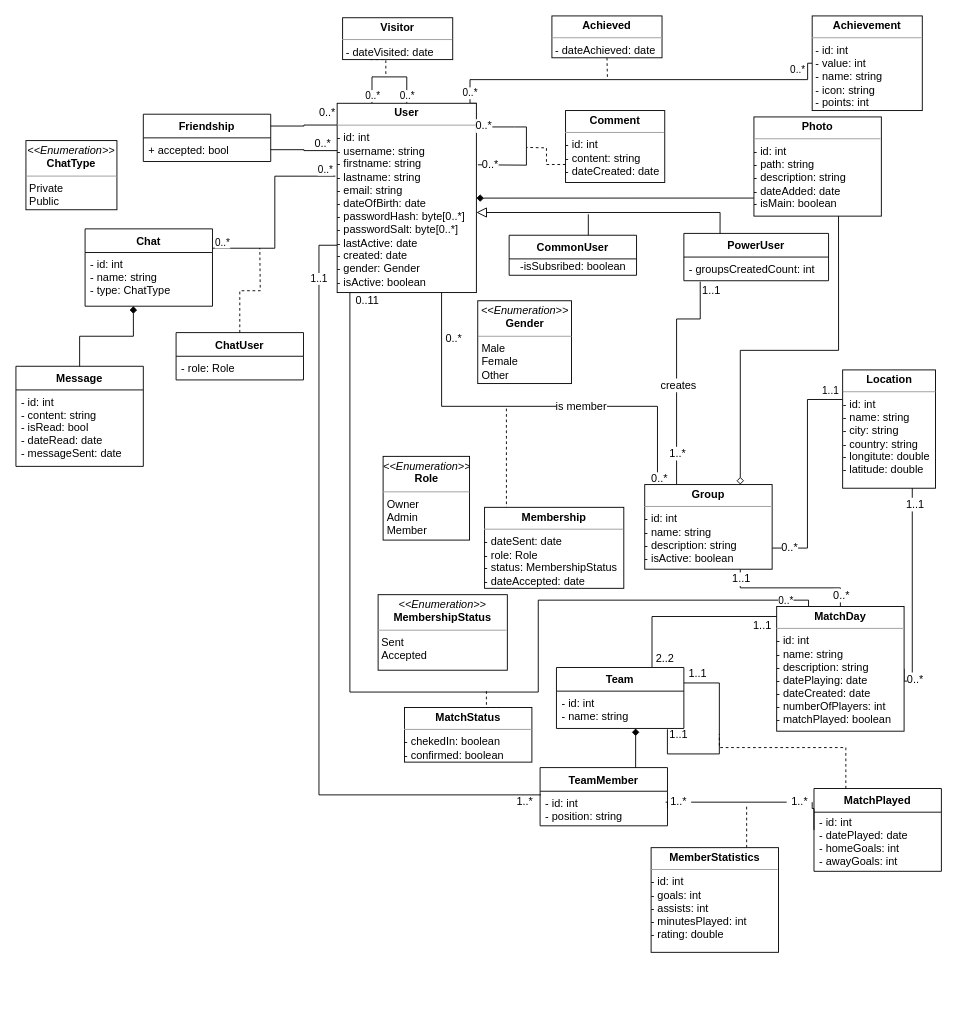
Above: FootballAppModel.drawio in milosnikic/FootballApp (draw.io), before the change. Source tidied: cells renumbered, new cells numbered last; positions are measured from the earlier drawing's top-left corner, leaving out a move shared by most shapes. Both pictures are drawn from the tidied source at 91%, with x=0, y=0 at pixel (15, 15).
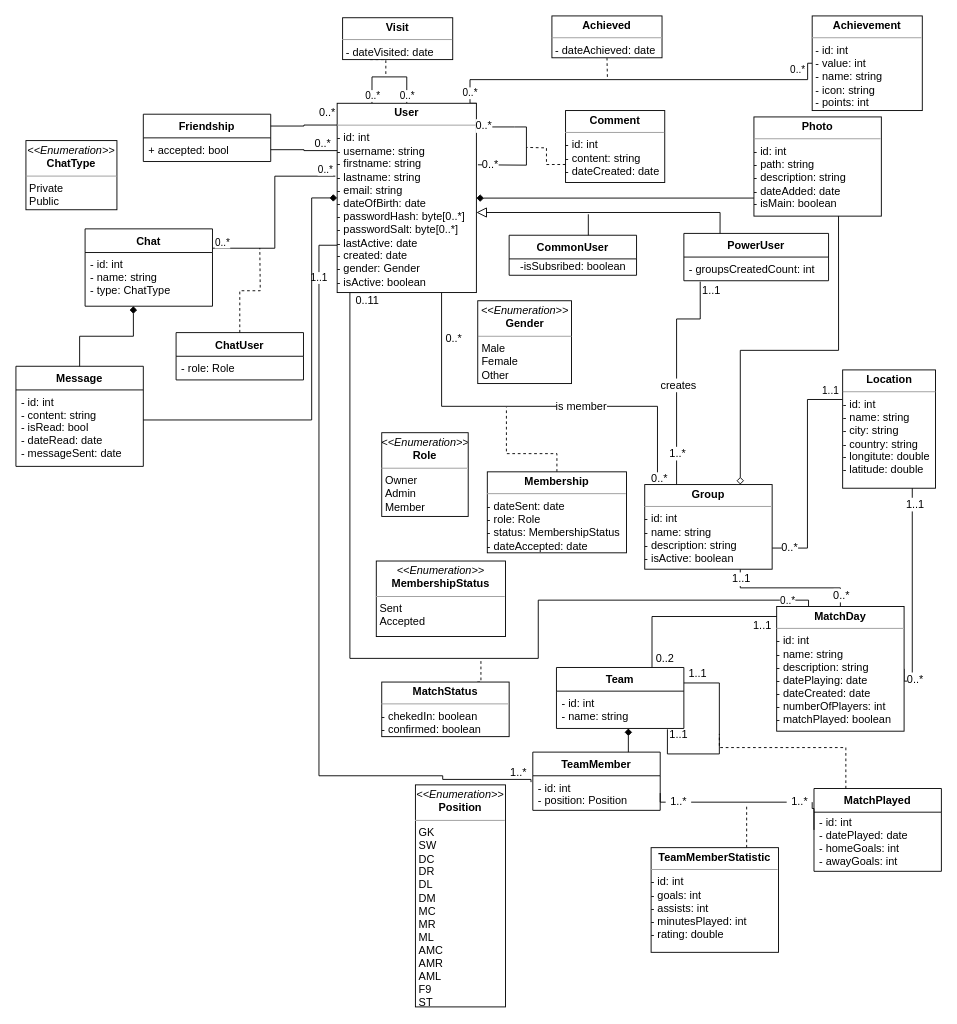
The same page after the edit.

Unchanged cells that the change refers to:
```xml
<mxCell id="21" value="&lt;p style=&quot;margin: 0px ; margin-top: 4px ; text-align: center&quot;&gt;&lt;b&gt;User&lt;/b&gt;&lt;/p&gt;&lt;hr size=&quot;1&quot;&gt;&lt;div style=&quot;height: 2px&quot;&gt;- id: int&lt;br&gt;- username: string&lt;br&gt;- firstname: string&lt;br&gt;- lastname: string&lt;br&gt;- email: string&lt;br&gt;- dateOfBirth: date&lt;br&gt;- passwordHash: byte[0..*]&lt;br&gt;- passwordSalt: byte[0..*]&lt;br&gt;- lastActive: date&lt;br&gt;- created: date&lt;br&gt;- gender: Gender&lt;br&gt;- isActive: boolean&lt;/div&gt;" style="verticalAlign=top;align=left;overflow=fill;fontSize=12;fontFamily=Helvetica;html=1;" parent="1" vertex="1">
  <mxGeometry x="353" y="96" width="153" height="208" as="geometry" />
</mxCell>
<mxCell id="42" value="&lt;p style=&quot;margin: 0px ; margin-top: 4px ; text-align: center&quot;&gt;&lt;b&gt;MatchDay&lt;/b&gt;&lt;/p&gt;&lt;hr size=&quot;1&quot;&gt;&lt;div style=&quot;height: 2px&quot;&gt;- id: int&lt;br&gt;- name: string&lt;br&gt;- description: string&lt;br&gt;- datePlaying: date&lt;br&gt;- dateCreated: date&lt;br&gt;- numberOfPlayers: int&lt;br&gt;- matchPlayed: boolean&lt;/div&gt;" style="verticalAlign=top;align=left;overflow=fill;fontSize=12;fontFamily=Helvetica;html=1;" parent="1" vertex="1">
  <mxGeometry x="836" y="649" width="140" height="137" as="geometry" />
</mxCell>
<mxCell id="95" value="- id: int&#10;- content: string&#10;- isRead: bool&#10;- dateRead: date&#10;- messageSent: date" style="text;strokeColor=none;fillColor=none;align=left;verticalAlign=top;spacingLeft=4;spacingRight=4;overflow=hidden;points=[[0,0.5],[1,0.5]];portConstraint=eastwest;" parent="94" vertex="1">
  <mxGeometry y="26" width="140" height="84" as="geometry" />
</mxCell>
```

Change to the diagram source:
```diff
@@
     <mxCell id="11" style="edgeStyle=orthogonalEdgeStyle;rounded=0;jettySize=auto;html=1;exitX=0.25;exitY=1;exitDx=0;exitDy=0;entryX=0.25;entryY=0;entryDx=0;entryDy=0;endArrow=none;endFill=0;" parent="1" edge="1" source="21" target="42">
       <mxGeometry relative="1" as="geometry">
         <Array as="points">
           <mxPoint x="367" y="304" />
-          <mxPoint x="367" y="743" />
-          <mxPoint x="574" y="743" />
+          <mxPoint x="367" y="706" />
+          <mxPoint x="574" y="706" />
           <mxPoint x="574" y="642" />
           <mxPoint x="871" y="642" />
         </Array>
       </mxGeometry>
     </mxCell>
@@
-    <mxCell id="19" style="edgeStyle=orthogonalEdgeStyle;rounded=0;jettySize=auto;html=1;exitX=0;exitY=0.75;exitDx=0;exitDy=0;entryX=0.007;entryY=0.105;entryDx=0;entryDy=0;entryPerimeter=0;endArrow=none;endFill=0;" parent="1" edge="1" source="21" target="59">
-      <mxGeometry relative="1" as="geometry" />
+    <mxCell id="19" style="edgeStyle=orthogonalEdgeStyle;rounded=0;jettySize=auto;html=1;exitX=0;exitY=0.75;exitDx=0;exitDy=0;endArrow=none;endFill=0;entryX=-0.014;entryY=0.184;entryDx=0;entryDy=0;entryPerimeter=0;" parent="1" edge="1" source="21" target="59">
+      <mxGeometry relative="1" as="geometry">
+        <Array as="points">
+          <mxPoint x="333" y="252" />
+          <mxPoint x="333" y="835" />
+          <mxPoint x="469" y="835" />
+          <mxPoint x="469" y="839" />
+          <mxPoint x="566" y="839" />
+        </Array>
+      </mxGeometry>
     </mxCell>
@@
     <mxCell id="23" style="edgeStyle=orthogonalEdgeStyle;rounded=0;jettySize=auto;html=1;exitX=0.5;exitY=0;exitDx=0;exitDy=0;startArrow=none;startFill=0;endArrow=none;endFill=0;dashed=1;" parent="1" edge="1" source="24">
       <mxGeometry relative="1" as="geometry">
         <mxPoint x="539" y="430" as="targetPoint" />
         <Array as="points">
-          <mxPoint x="539" y="620" />
-          <mxPoint x="539" y="430" />
+          <mxPoint x="595" y="481" />
+          <mxPoint x="539" y="481" />
         </Array>
       </mxGeometry>
     </mxCell>
     <mxCell id="24" value="&lt;p style=&quot;margin: 0px ; margin-top: 4px ; text-align: center&quot;&gt;&lt;b&gt;Membership&lt;/b&gt;&lt;/p&gt;&lt;hr size=&quot;1&quot;&gt;&lt;div style=&quot;height: 2px&quot;&gt;- dateSent: date&lt;br&gt;- role: Role&lt;br&gt;- status: MembershipStatus&lt;br&gt;- dateAccepted: date&lt;/div&gt;&lt;div style=&quot;height: 2px&quot;&gt;&lt;br&gt;&lt;/div&gt;" style="verticalAlign=top;align=left;overflow=fill;fontSize=12;fontFamily=Helvetica;html=1;" parent="1" vertex="1">
-      <mxGeometry x="515" y="540" width="153" height="89" as="geometry" />
+      <mxGeometry x="518" y="501" width="153" height="89" as="geometry" />
     </mxCell>
     <mxCell id="25" value="&lt;p style=&quot;margin: 0px ; margin-top: 4px ; text-align: center&quot;&gt;&lt;i&gt;&amp;lt;&amp;lt;Enumeration&amp;gt;&amp;gt;&lt;/i&gt;&lt;br&gt;&lt;b&gt;MembershipStatus&lt;/b&gt;&lt;/p&gt;&lt;hr size=&quot;1&quot;&gt;&lt;p style=&quot;margin: 0px ; margin-left: 4px&quot;&gt;Sent&lt;br&gt;Accepted&lt;/p&gt;" style="verticalAlign=top;align=left;overflow=fill;fontSize=12;fontFamily=Helvetica;html=1;" parent="1" vertex="1">
-      <mxGeometry x="398" y="636" width="142" height="83" as="geometry" />
+      <mxGeometry x="396" y="599" width="142" height="83" as="geometry" />
     </mxCell>
@@
     <mxCell id="27" value="&lt;p style=&quot;margin: 0px ; margin-top: 4px ; text-align: center&quot;&gt;&lt;i&gt;&amp;lt;&amp;lt;Enumeration&amp;gt;&amp;gt;&lt;/i&gt;&lt;br&gt;&lt;b&gt;Role&lt;/b&gt;&lt;/p&gt;&lt;hr size=&quot;1&quot;&gt;&lt;p style=&quot;margin: 0px ; margin-left: 4px&quot;&gt;Owner&lt;br&gt;Admin&lt;br&gt;Member&lt;/p&gt;" style="verticalAlign=top;align=left;overflow=fill;fontSize=12;fontFamily=Helvetica;html=1;" parent="1" vertex="1">
-      <mxGeometry x="403.5" y="484" width="95" height="92" as="geometry" />
+      <mxGeometry x="402" y="458" width="95" height="92" as="geometry" />
     </mxCell>
@@
-    <mxCell id="44" value="&lt;p style=&quot;margin: 0px ; margin-top: 4px ; text-align: center&quot;&gt;&lt;b&gt;MemberStatistics&lt;/b&gt;&lt;/p&gt;&lt;hr size=&quot;1&quot;&gt;&lt;div style=&quot;height: 2px&quot;&gt;- id: int&lt;br&gt;- goals: int&lt;br&gt;- assists: int&lt;br&gt;- minutesPlayed: int&lt;br&gt;- rating: double&lt;/div&gt;" style="verticalAlign=top;align=left;overflow=fill;fontSize=12;fontFamily=Helvetica;html=1;" parent="1" vertex="1">
+    <mxCell id="44" value="&lt;p style=&quot;margin: 0px ; margin-top: 4px ; text-align: center&quot;&gt;&lt;b&gt;TeamMemberStatistic&lt;/b&gt;&lt;/p&gt;&lt;hr size=&quot;1&quot;&gt;&lt;div style=&quot;height: 2px&quot;&gt;- id: int&lt;br&gt;- goals: int&lt;br&gt;- assists: int&lt;br&gt;- minutesPlayed: int&lt;br&gt;- rating: double&lt;/div&gt;" style="verticalAlign=top;align=left;overflow=fill;fontSize=12;fontFamily=Helvetica;html=1;" parent="1" vertex="1">
       <mxGeometry x="698" y="914" width="140" height="115" as="geometry" />
     </mxCell>
     <mxCell id="45" style="edgeStyle=orthogonalEdgeStyle;rounded=0;jettySize=auto;html=1;exitX=0.75;exitY=0;exitDx=0;exitDy=0;endArrow=none;endFill=0;dashed=1;" parent="1" edge="1" source="46">
       <mxGeometry relative="1" as="geometry">
-        <mxPoint x="517" y="742" as="targetPoint" />
+        <mxPoint x="511" y="706" as="targetPoint" />
       </mxGeometry>
     </mxCell>
     <mxCell id="46" value="&lt;p style=&quot;margin: 0px ; margin-top: 4px ; text-align: center&quot;&gt;&lt;b&gt;MatchStatus&lt;/b&gt;&lt;/p&gt;&lt;hr size=&quot;1&quot;&gt;&lt;div style=&quot;height: 2px&quot;&gt;- chekedIn: boolean&lt;br&gt;- confirmed: boolean&lt;/div&gt;" style="verticalAlign=top;align=left;overflow=fill;fontSize=12;fontFamily=Helvetica;html=1;" parent="1" vertex="1">
-      <mxGeometry x="427" y="760" width="140" height="60" as="geometry" />
+      <mxGeometry x="402" y="732" width="140" height="60" as="geometry" />
     </mxCell>
@@
     <mxCell id="53" value="1..*" style="text;html=1;align=center;verticalAlign=middle;" parent="1" vertex="1">
-      <mxGeometry x="545" y="855" width="28" height="18" as="geometry" />
+      <mxGeometry x="538" y="823" width="28" height="18" as="geometry" />
     </mxCell>
@@
-    <mxCell id="55" value="2..2" style="text;html=1;align=center;verticalAlign=middle;" parent="1" vertex="1">
+    <mxCell id="55" value="0..2" style="text;html=1;align=center;verticalAlign=middle;" parent="1" vertex="1">
       <mxGeometry x="698" y="698" width="30" height="18" as="geometry" />
     </mxCell>
@@
     <mxCell id="58" value="TeamMember" style="swimlane;fontStyle=1;horizontal=1;startSize=26;fillColor=none;" parent="1" vertex="1">
-      <mxGeometry x="576" y="826" width="140" height="64" as="geometry" />
+      <mxGeometry x="568" y="809" width="140" height="64" as="geometry" />
     </mxCell>
-    <mxCell id="59" value="- id: int&#10;- position: string" style="text;strokeColor=none;fillColor=none;align=left;verticalAlign=top;spacingLeft=4;spacingRight=4;overflow=hidden;points=[[0,0.5],[1,0.5]];portConstraint=eastwest;" parent="58" vertex="1">
+    <mxCell id="59" value="- id: int&#10;- position: Position" style="text;strokeColor=none;fillColor=none;align=left;verticalAlign=top;spacingLeft=4;spacingRight=4;overflow=hidden;points=[[0,0.5],[1,0.5]];portConstraint=eastwest;" parent="58" vertex="1">
       <mxGeometry y="26" width="140" height="38" as="geometry" />
     </mxCell>
@@
-    <mxCell id="77" value="&lt;p style=&quot;margin: 0px ; margin-top: 4px ; text-align: center&quot;&gt;&lt;b&gt;Visitor&lt;/b&gt;&lt;/p&gt;&lt;hr size=&quot;1&quot;&gt;&lt;p style=&quot;margin: 0px ; margin-left: 4px&quot;&gt;- dateVisited: date&lt;/p&gt;&lt;p style=&quot;margin: 0px ; margin-left: 4px&quot;&gt;&lt;br&gt;&lt;/p&gt;" style="verticalAlign=top;align=left;overflow=fill;fontSize=12;fontFamily=Helvetica;html=1;" parent="1" vertex="1">
+    <mxCell id="77" value="&lt;p style=&quot;margin: 0px ; margin-top: 4px ; text-align: center&quot;&gt;&lt;b&gt;Visit&lt;/b&gt;&lt;/p&gt;&lt;hr size=&quot;1&quot;&gt;&lt;p style=&quot;margin: 0px ; margin-left: 4px&quot;&gt;- dateVisited: date&lt;/p&gt;&lt;p style=&quot;margin: 0px ; margin-left: 4px&quot;&gt;&lt;br&gt;&lt;/p&gt;" style="verticalAlign=top;align=left;overflow=fill;fontSize=12;fontFamily=Helvetica;html=1;" parent="1" vertex="1">
       <mxGeometry x="359" y="2" width="121" height="46" as="geometry" />
     </mxCell>
@@
+    <mxCell id="100" style="edgeStyle=orthogonalEdgeStyle;rounded=0;jettySize=auto;html=1;exitX=1;exitY=0.393;exitDx=0;exitDy=0;entryX=0;entryY=0.5;entryDx=0;entryDy=0;endArrow=diamond;endFill=1;exitPerimeter=0;" parent="1" edge="1" source="95" target="21">
+      <mxGeometry relative="1" as="geometry">
+        <Array as="points">
+          <mxPoint x="325" y="444" />
+          <mxPoint x="325" y="200" />
+        </Array>
+      </mxGeometry>
+    </mxCell>
@@
+    <mxCell id="101" value="&lt;p style=&quot;margin: 0px ; margin-top: 4px ; text-align: center&quot;&gt;&lt;i&gt;&amp;lt;&amp;lt;Enumeration&amp;gt;&amp;gt;&lt;/i&gt;&lt;br&gt;&lt;b&gt;Position&lt;/b&gt;&lt;/p&gt;&lt;hr size=&quot;1&quot;&gt;&lt;p style=&quot;margin: 0px ; margin-left: 4px&quot;&gt;GK&lt;br&gt;SW&lt;br&gt;DC&lt;/p&gt;&lt;p style=&quot;margin: 0px ; margin-left: 4px&quot;&gt;DR&lt;/p&gt;&lt;p style=&quot;margin: 0px ; margin-left: 4px&quot;&gt;DL&lt;/p&gt;&lt;p style=&quot;margin: 0px ; margin-left: 4px&quot;&gt;DM&lt;/p&gt;&lt;p style=&quot;margin: 0px ; margin-left: 4px&quot;&gt;MC&lt;/p&gt;&lt;p style=&quot;margin: 0px ; margin-left: 4px&quot;&gt;MR&lt;/p&gt;&lt;p style=&quot;margin: 0px ; margin-left: 4px&quot;&gt;ML&lt;/p&gt;&lt;p style=&quot;margin: 0px ; margin-left: 4px&quot;&gt;AMC&lt;/p&gt;&lt;p style=&quot;margin: 0px ; margin-left: 4px&quot;&gt;AMR&lt;br&gt;AML&lt;/p&gt;&lt;p style=&quot;margin: 0px ; margin-left: 4px&quot;&gt;F9&lt;/p&gt;&lt;p style=&quot;margin: 0px ; margin-left: 4px&quot;&gt;ST&lt;/p&gt;" style="verticalAlign=top;align=left;overflow=fill;fontSize=12;fontFamily=Helvetica;html=1;" parent="1" vertex="1">
+      <mxGeometry x="439" y="845" width="99" height="244" as="geometry" />
+    </mxCell>
```
